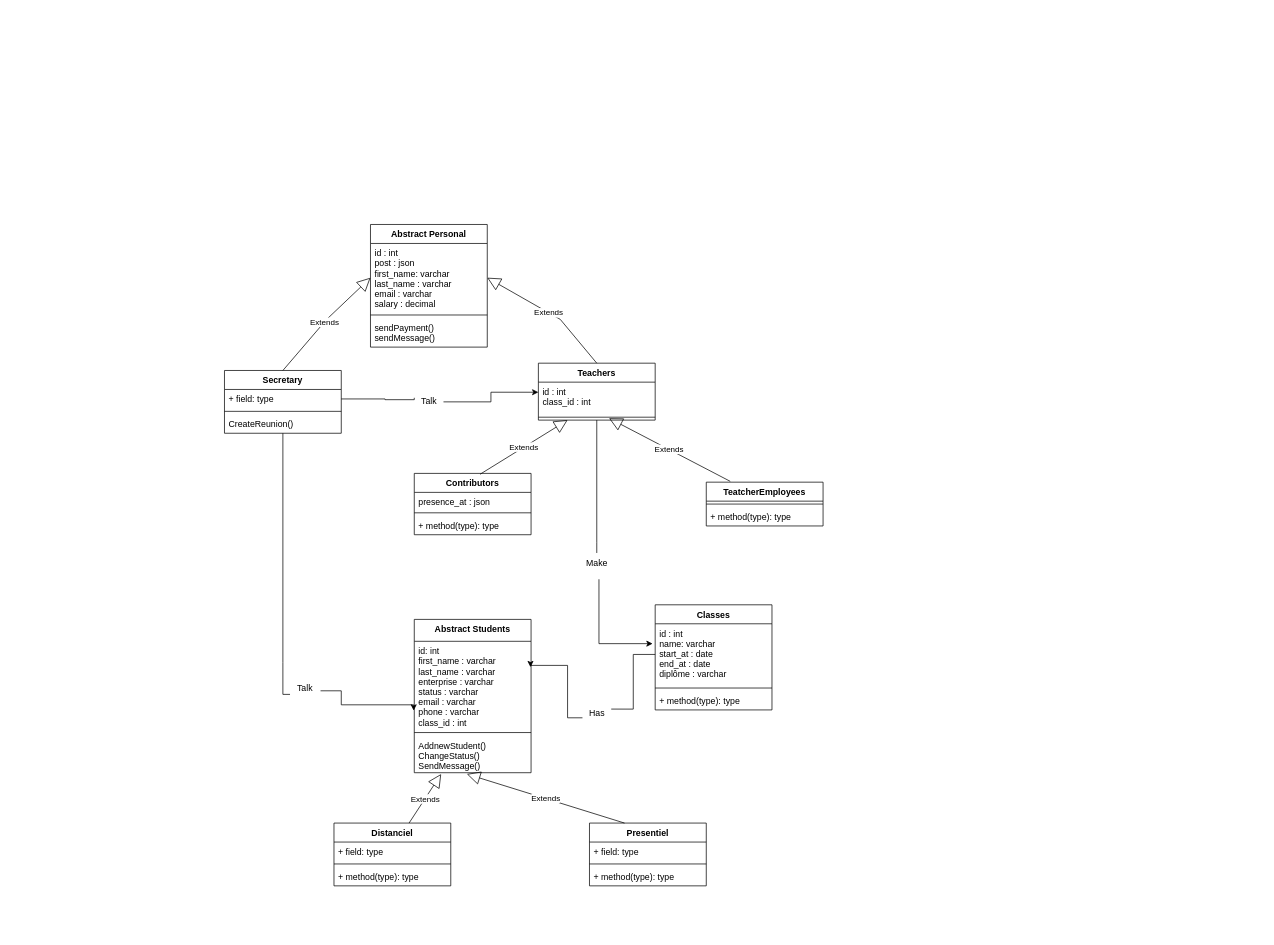
Before: Diagramme class.drawio in Aurelie1416/books-key, a draw.io diagram. Source tidied: cells renumbered, new cells numbered last; positions are measured from the earlier drawing's top-left corner, leaving out a move shared by most shapes. Both pictures are drawn from the tidied source at 73%, with x=0, y=0 at pixel (224, 224).
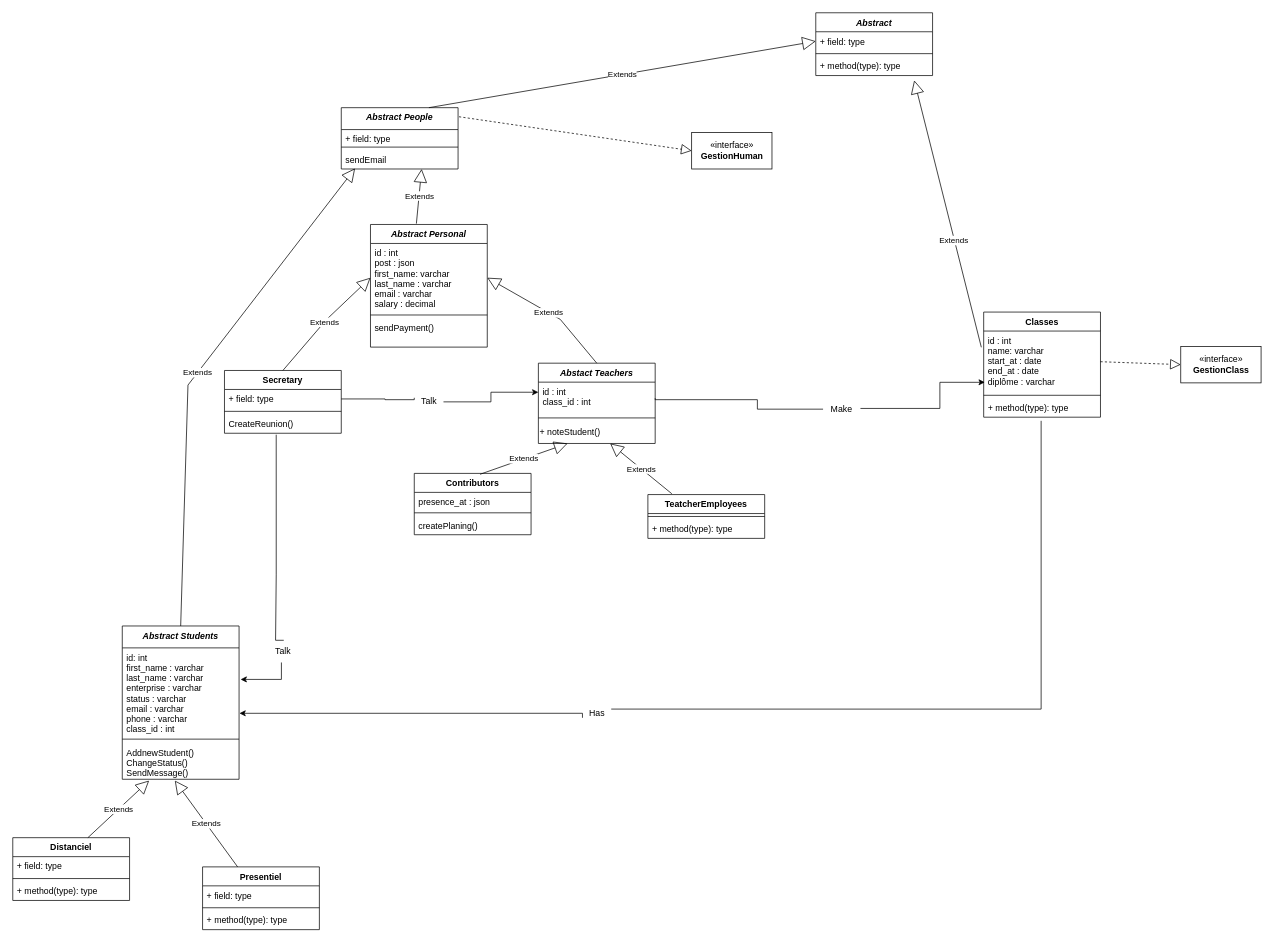
Above is the later version.

Commit message:
Mettre à jour Diagramme class.drawio

The change refers to these unchanged cells:
```xml
<mxCell id="6" value="id : int&#10;class_id : int" style="text;strokeColor=none;fillColor=none;align=left;verticalAlign=top;spacingLeft=4;spacingRight=4;overflow=hidden;points=[[0,0.5],[1,0.5]];portConstraint=eastwest;" parent="5" vertex="1">
  <mxGeometry y="26" width="160" height="44" as="geometry" />
</mxCell>
<mxCell id="8" value="Contributors" style="swimlane;fontStyle=1;align=center;verticalAlign=top;horizontal=1;startSize=26;" parent="1" vertex="1">
  <mxGeometry x="260" y="341" width="160" height="84" as="geometry" />
</mxCell>
<mxCell id="13" value="id : int&#10;name: varchar&#10;start_at : date&#10;end_at : date&#10;diplôme : varchar" style="text;strokeColor=none;fillColor=none;align=left;verticalAlign=top;spacingLeft=4;spacingRight=4;overflow=hidden;points=[[0,0.5],[1,0.5]];portConstraint=eastwest;" parent="12" vertex="1">
  <mxGeometry y="26" width="160" height="84" as="geometry" />
</mxCell>
<mxCell id="15" value="+ method(type): type" style="text;strokeColor=none;fillColor=none;align=left;verticalAlign=top;spacingLeft=4;spacingRight=4;overflow=hidden;points=[[0,0.5],[1,0.5]];portConstraint=eastwest;" parent="12" vertex="1">
  <mxGeometry y="118" width="160" height="26" as="geometry" />
</mxCell>
<mxCell id="17" value="Secretary" style="swimlane;fontStyle=1;align=center;verticalAlign=top;horizontal=1;startSize=26;" parent="1" vertex="1">
  <mxGeometry y="200" width="160" height="86" as="geometry" />
</mxCell>
<mxCell id="20" value="CreateReunion()" style="text;strokeColor=none;fillColor=none;align=left;verticalAlign=top;spacingLeft=4;spacingRight=4;overflow=hidden;points=[[0,0.5],[1,0.5]];portConstraint=eastwest;" parent="17" vertex="1">
  <mxGeometry y="60" width="160" height="26" as="geometry" />
</mxCell>
<mxCell id="22" value="id: int&#10;first_name : varchar&#10;last_name : varchar&#10;enterprise : varchar&#10;status : varchar&#10;email : varchar&#10;phone : varchar&#10;class_id : int" style="text;strokeColor=none;fillColor=none;align=left;verticalAlign=top;spacingLeft=4;spacingRight=4;overflow=hidden;points=[[0,0.5],[1,0.5]];portConstraint=eastwest;" parent="21" vertex="1">
  <mxGeometry y="30" width="160" height="120" as="geometry" />
</mxCell>
<mxCell id="26" value="Has" style="text;html=1;align=center;verticalAlign=middle;points=[];strokeColor=none;fillColor=none;" parent="1" vertex="1">
  <mxGeometry x="490" y="655" width="40" height="30" as="geometry" />
</mxCell>
```

Diff of the diagram source:
```diff
@@
     <mxCell id="2" value="TeatcherEmployees" style="swimlane;fontStyle=1;align=center;verticalAlign=top;horizontal=1;startSize=26;" parent="1" vertex="1">
-      <mxGeometry x="660" y="353" width="160" height="60" as="geometry" />
+      <mxGeometry x="580" y="370" width="160" height="60" as="geometry" />
     </mxCell>
@@
-    <mxCell id="5" value="Teachers" style="swimlane;fontStyle=1;align=center;verticalAlign=top;horizontal=1;startSize=26;" parent="1" vertex="1">
-      <mxGeometry x="430" y="190" width="160" height="78" as="geometry" />
+    <mxCell id="5" value="Abstact Teachers" style="swimlane;fontStyle=3;align=center;verticalAlign=top;horizontal=1;startSize=26;" parent="1" vertex="1">
+      <mxGeometry x="430" y="190" width="160" height="110" as="geometry" />
     </mxCell>
@@
     <mxCell id="7" style="line;strokeWidth=1;fillColor=none;align=left;verticalAlign=middle;spacingTop=-1;spacingLeft=3;spacingRight=3;labelPosition=right;points=[];portConstraint=eastwest;" parent="5" vertex="1">
-      <mxGeometry y="70" width="160" height="8" as="geometry" />
+      <mxGeometry y="70" width="160" height="10" as="geometry" />
     </mxCell>
+    <mxCell id="54" value="+ noteStudent()" style="text;html=1;align=left;verticalAlign=middle;points=[];strokeColor=none;fillColor=none;" parent="5" vertex="1">
+      <mxGeometry y="80" width="160" height="30" as="geometry" />
+    </mxCell>
@@
-    <mxCell id="11" value="+ method(type): type" style="text;strokeColor=none;fillColor=none;align=left;verticalAlign=top;spacingLeft=4;spacingRight=4;overflow=hidden;" parent="8" vertex="1">
+    <mxCell id="11" value="createPlaning()" style="text;strokeColor=none;fillColor=none;align=left;verticalAlign=top;spacingLeft=4;spacingRight=4;overflow=hidden;" parent="8" vertex="1">
       <mxGeometry y="58" width="160" height="26" as="geometry" />
     </mxCell>
     <mxCell id="12" value="Classes" style="swimlane;fontStyle=1;align=center;verticalAlign=top;horizontal=1;startSize=26;" parent="1" vertex="1">
-      <mxGeometry x="590" y="521" width="160" height="144" as="geometry" />
+      <mxGeometry x="1040" y="120" width="160" height="144" as="geometry" />
     </mxCell>
@@
-    <mxCell id="16" style="edgeStyle=orthogonalEdgeStyle;rounded=0;jettySize=auto;html=1;entryX=-0.005;entryY=0.791;entryDx=0;entryDy=0;entryPerimeter=0;startArrow=none;exitX=1.04;exitY=0.627;exitDx=0;exitDy=0;exitPerimeter=0;" parent="1" edge="1" source="42" target="22">
+    <mxCell id="16" style="edgeStyle=orthogonalEdgeStyle;rounded=0;jettySize=auto;html=1;entryX=1.013;entryY=0.36;entryDx=0;entryDy=0;entryPerimeter=0;startArrow=none;exitX=0.45;exitY=1;exitDx=0;exitDy=0;exitPerimeter=0;" parent="1" edge="1" source="42" target="22">
       <mxGeometry relative="1" as="geometry">
         <Array as="points">
-          <mxPoint x="160" y="639" />
-          <mxPoint x="160" y="658" />
+          <mxPoint x="78" y="623" />
         </Array>
       </mxGeometry>
     </mxCell>
@@
-    <mxCell id="21" value="Abstract Students" style="swimlane;fontStyle=1;align=center;verticalAlign=top;horizontal=1;startSize=30;" parent="1" vertex="1">
-      <mxGeometry x="260" y="541" width="160" height="210" as="geometry" />
+    <mxCell id="21" value="Abstract Students" style="swimlane;fontStyle=3;align=center;verticalAlign=top;horizontal=1;startSize=30;" parent="1" vertex="1">
+      <mxGeometry x="-140" y="550" width="160" height="210" as="geometry" />
     </mxCell>
@@
-    <mxCell id="25" style="edgeStyle=orthogonalEdgeStyle;rounded=0;jettySize=auto;html=1;exitX=0.01;exitY=0.693;exitDx=0;exitDy=0;entryX=0.995;entryY=0.295;entryDx=0;entryDy=0;entryPerimeter=0;startArrow=none;exitPerimeter=0;" parent="1" edge="1" source="26" target="22">
+    <mxCell id="25" style="edgeStyle=orthogonalEdgeStyle;rounded=0;jettySize=auto;html=1;exitX=0.01;exitY=0.693;exitDx=0;exitDy=0;entryX=1.003;entryY=0.747;entryDx=0;entryDy=0;entryPerimeter=0;startArrow=none;exitPerimeter=0;" parent="1" edge="1" source="26" target="22">
       <mxGeometry relative="1" as="geometry">
         <Array as="points">
-          <mxPoint x="470" y="676" />
-          <mxPoint x="470" y="604" />
+          <mxPoint x="490" y="670" />
         </Array>
       </mxGeometry>
     </mxCell>
@@
-    <mxCell id="27" style="edgeStyle=orthogonalEdgeStyle;rounded=0;jettySize=auto;html=1;exitX=0;exitY=0.5;exitDx=0;exitDy=0;entryX=0.995;entryY=0.295;entryDx=0;entryDy=0;entryPerimeter=0;endArrow=none;" parent="1" edge="1" source="13" target="26">
-      <mxGeometry relative="1" as="geometry" />
+    <mxCell id="27" style="edgeStyle=orthogonalEdgeStyle;rounded=0;jettySize=auto;html=1;exitX=0.492;exitY=1.19;exitDx=0;exitDy=0;entryX=0.995;entryY=0.295;entryDx=0;entryDy=0;entryPerimeter=0;endArrow=none;exitPerimeter=0;" parent="1" edge="1" source="15" target="26">
+      <mxGeometry relative="1" as="geometry">
+        <Array as="points">
+          <mxPoint x="1119" y="664" />
+        </Array>
+      </mxGeometry>
     </mxCell>
-    <mxCell id="28" value="Extends" style="endArrow=block;endSize=16;endFill=0;html=1;rounded=0;exitX=0.205;exitY=-0.019;exitDx=0;exitDy=0;exitPerimeter=0;entryX=0.605;entryY=0.675;entryDx=0;entryDy=0;entryPerimeter=0;" parent="1" edge="1" source="2" target="7">
+    <mxCell id="28" value="Extends" style="endArrow=block;endSize=16;endFill=0;html=1;rounded=0;exitX=0.205;exitY=-0.019;exitDx=0;exitDy=0;exitPerimeter=0;" parent="1" edge="1" source="2" target="54">
       <mxGeometry relative="1" as="geometry" />
     </mxCell>
@@
-    <mxCell id="30" style="edgeStyle=orthogonalEdgeStyle;rounded=0;jettySize=auto;html=1;entryX=-0.022;entryY=0.324;entryDx=0;entryDy=0;entryPerimeter=0;startArrow=none;exitX=0.56;exitY=1.2;exitDx=0;exitDy=0;exitPerimeter=0;" parent="1" edge="1" source="31" target="13">
+    <mxCell id="30" style="edgeStyle=orthogonalEdgeStyle;rounded=0;jettySize=auto;html=1;entryX=0.01;entryY=0.836;entryDx=0;entryDy=0;entryPerimeter=0;startArrow=none;exitX=1.024;exitY=0.467;exitDx=0;exitDy=0;exitPerimeter=0;" parent="1" edge="1" source="31" target="13">
       <mxGeometry relative="1" as="geometry">
         <Array as="points">
-          <mxPoint x="513" y="574" />
+          <mxPoint x="980" y="252" />
+          <mxPoint x="980" y="216" />
         </Array>
       </mxGeometry>
     </mxCell>
     <mxCell id="31" value="Make" style="text;html=1;align=center;verticalAlign=middle;points=[];strokeColor=none;fillColor=none;" parent="1" vertex="1">
-      <mxGeometry x="485" y="450" width="50" height="30" as="geometry" />
+      <mxGeometry x="820" y="238" width="50" height="30" as="geometry" />
     </mxCell>
-    <mxCell id="32" style="edgeStyle=orthogonalEdgeStyle;rounded=0;jettySize=auto;html=1;endArrow=none;exitX=0.5;exitY=1;exitDx=0;exitDy=0;" parent="1" edge="1" source="5" target="31">
+    <mxCell id="32" style="edgeStyle=orthogonalEdgeStyle;rounded=0;jettySize=auto;html=1;endArrow=none;exitX=1;exitY=0.5;exitDx=0;exitDy=0;" parent="1" edge="1" source="6" target="31">
       <mxGeometry relative="1" as="geometry">
         <Array as="points">
-          <mxPoint x="510" y="436" />
+          <mxPoint x="590" y="240" />
+          <mxPoint x="730" y="240" />
+          <mxPoint x="730" y="253" />
         </Array>
       </mxGeometry>
     </mxCell>
-    <mxCell id="33" value="Abstract Personal" style="swimlane;fontStyle=1;align=center;verticalAlign=top;horizontal=1;startSize=26;" parent="1" vertex="1">
+    <mxCell id="33" value="Abstract Personal" style="swimlane;fontStyle=3;align=center;verticalAlign=top;horizontal=1;startSize=26;" parent="1" vertex="1">
       <mxGeometry x="200" width="160" height="168" as="geometry" />
     </mxCell>
@@
-    <mxCell id="36" value="sendPayment()&#10;sendMessage()" style="text;strokeColor=none;fillColor=none;align=left;verticalAlign=top;spacingLeft=4;spacingRight=4;overflow=hidden;" parent="33" vertex="1">
+    <mxCell id="36" value="sendPayment()" style="text;strokeColor=none;fillColor=none;align=left;verticalAlign=top;spacingLeft=4;spacingRight=4;overflow=hidden;" parent="33" vertex="1">
       <mxGeometry y="128" width="160" height="40" as="geometry" />
     </mxCell>
@@
     <mxCell id="42" value="Talk" style="text;html=1;align=center;verticalAlign=middle;points=[];strokeColor=none;fillColor=none;" parent="1" vertex="1">
-      <mxGeometry x="90" y="620" width="40" height="30" as="geometry" />
+      <mxGeometry x="60" y="570" width="40" height="30" as="geometry" />
     </mxCell>
-    <mxCell id="43" style="edgeStyle=orthogonalEdgeStyle;rounded=0;jettySize=auto;html=1;entryX=-0.005;entryY=0.791;entryDx=0;entryDy=0;entryPerimeter=0;endArrow=none;" parent="1" edge="1" source="17" target="42">
+    <mxCell id="43" style="edgeStyle=orthogonalEdgeStyle;rounded=0;jettySize=auto;html=1;entryX=0.53;entryY=-0.013;entryDx=0;entryDy=0;entryPerimeter=0;endArrow=none;exitX=0.443;exitY=1.077;exitDx=0;exitDy=0;exitPerimeter=0;" parent="1" edge="1" source="20" target="42">
       <mxGeometry relative="1" as="geometry">
         <Array as="points">
-          <mxPoint x="80" y="600" />
-          <mxPoint x="80" y="600" />
+          <mxPoint x="71" y="480" />
+          <mxPoint x="70" y="570" />
         </Array>
       </mxGeometry>
     </mxCell>
     <mxCell id="44" value="Presentiel" style="swimlane;fontStyle=1;align=center;verticalAlign=top;horizontal=1;startSize=26;" parent="1" vertex="1">
-      <mxGeometry x="500" y="820" width="160" height="86" as="geometry" />
+      <mxGeometry x="-30" y="880" width="160" height="86" as="geometry" />
     </mxCell>
@@
     <mxCell id="48" value="Distanciel" style="swimlane;fontStyle=1;align=center;verticalAlign=top;horizontal=1;startSize=26;" parent="1" vertex="1">
-      <mxGeometry x="150" y="820" width="160" height="86" as="geometry" />
+      <mxGeometry x="-290" y="840" width="160" height="86" as="geometry" />
     </mxCell>
@@
+    <mxCell id="55" value="Abstract People" style="swimlane;fontStyle=3;align=center;verticalAlign=top;horizontal=1;startSize=30;" parent="1" vertex="1">
+      <mxGeometry x="160" y="-160" width="160" height="84" as="geometry" />
+    </mxCell>
+    <mxCell id="56" value="+ field: type" style="text;strokeColor=none;fillColor=none;align=left;verticalAlign=top;spacingLeft=4;spacingRight=4;overflow=hidden;" parent="55" vertex="1">
+      <mxGeometry y="30" width="160" height="20" as="geometry" />
+    </mxCell>
+    <mxCell id="57" style="line;strokeWidth=1;fillColor=none;align=left;verticalAlign=middle;spacingTop=-1;spacingLeft=3;spacingRight=3;labelPosition=right;" parent="55" vertex="1">
+      <mxGeometry y="50" width="160" height="8" as="geometry" />
+    </mxCell>
+    <mxCell id="58" value="sendEmail" style="text;strokeColor=none;fillColor=none;align=left;verticalAlign=top;spacingLeft=4;spacingRight=4;overflow=hidden;points=[[0,0.5],[1,0.5]];portConstraint=eastwest;" parent="55" vertex="1">
+      <mxGeometry y="58" width="160" height="26" as="geometry" />
+    </mxCell>
+    <mxCell id="59" value="Extends" style="endArrow=block;endSize=16;endFill=0;html=1;rounded=0;entryX=0.118;entryY=0.969;entryDx=0;entryDy=0;exitX=0.5;exitY=0;exitDx=0;exitDy=0;entryPerimeter=0;" parent="1" edge="1" source="21" target="58">
+      <mxGeometry relative="1" as="geometry">
+        <Array as="points">
+          <mxPoint x="-50" y="220" />
+        </Array>
+      </mxGeometry>
+    </mxCell>
+    <mxCell id="60" value="Extends" style="endArrow=block;endSize=16;endFill=0;html=1;rounded=0;exitX=0.393;exitY=-0.007;exitDx=0;exitDy=0;entryX=0.688;entryY=1;entryDx=0;entryDy=0;exitPerimeter=0;entryPerimeter=0;" parent="1" edge="1" source="33" target="58">
+      <mxGeometry relative="1" as="geometry" />
+    </mxCell>
+    <mxCell id="61" value="«interface»&lt;br&gt;&lt;b&gt;GestionHuman&lt;/b&gt;" style="html=1;" parent="1" vertex="1">
+      <mxGeometry x="640" y="-126" width="110" height="50" as="geometry" />
+    </mxCell>
+    <mxCell id="62" style="endArrow=block;dashed=1;endFill=0;endSize=12;html=1;rounded=0;exitX=1.008;exitY=0.148;exitDx=0;exitDy=0;exitPerimeter=0;entryX=0;entryY=0.5;entryDx=0;entryDy=0;" parent="1" edge="1" source="55" target="61">
+      <mxGeometry relative="1" as="geometry" />
+    </mxCell>
+    <mxCell id="63" value="Abstract" style="swimlane;fontStyle=3;align=center;verticalAlign=top;horizontal=1;startSize=26;" parent="1" vertex="1">
+      <mxGeometry x="810" y="-290" width="160" height="86" as="geometry" />
+    </mxCell>
+    <mxCell id="64" value="+ field: type" style="text;strokeColor=none;fillColor=none;align=left;verticalAlign=top;spacingLeft=4;spacingRight=4;overflow=hidden;points=[[0,0.5],[1,0.5]];portConstraint=eastwest;" parent="63" vertex="1">
+      <mxGeometry y="26" width="160" height="26" as="geometry" />
+    </mxCell>
+    <mxCell id="65" style="line;strokeWidth=1;fillColor=none;align=left;verticalAlign=middle;spacingTop=-1;spacingLeft=3;spacingRight=3;labelPosition=right;" parent="63" vertex="1">
+      <mxGeometry y="52" width="160" height="8" as="geometry" />
+    </mxCell>
+    <mxCell id="66" value="+ method(type): type" style="text;strokeColor=none;fillColor=none;align=left;verticalAlign=top;spacingLeft=4;spacingRight=4;overflow=hidden;points=[[0,0.5],[1,0.5]];portConstraint=eastwest;" parent="63" vertex="1">
+      <mxGeometry y="60" width="160" height="26" as="geometry" />
+    </mxCell>
+    <mxCell id="67" value="«interface»&lt;br&gt;&lt;b&gt;GestionClass&lt;/b&gt;" style="html=1;" parent="1" vertex="1">
+      <mxGeometry x="1310" y="167" width="110" height="50" as="geometry" />
+    </mxCell>
+    <mxCell id="68" style="endArrow=block;dashed=1;endFill=0;endSize=12;html=1;rounded=0;exitX=1;exitY=0.5;exitDx=0;exitDy=0;entryX=0;entryY=0.5;entryDx=0;entryDy=0;" parent="1" edge="1" source="13" target="67">
+      <mxGeometry relative="1" as="geometry" />
+    </mxCell>
+    <mxCell id="69" value="Extends" style="endArrow=block;endSize=16;endFill=0;html=1;rounded=0;exitX=0.75;exitY=0;exitDx=0;exitDy=0;entryX=0;entryY=0.5;entryDx=0;entryDy=0;" parent="1" edge="1" source="55" target="64">
+      <mxGeometry relative="1" as="geometry" />
+    </mxCell>
+    <mxCell id="70" value="Extends" style="endArrow=block;endSize=16;endFill=0;html=1;rounded=0;exitX=-0.02;exitY=0.265;exitDx=0;exitDy=0;exitPerimeter=0;entryX=0.843;entryY=1.253;entryDx=0;entryDy=0;entryPerimeter=0;" parent="1" edge="1" source="13" target="66">
+      <mxGeometry x="-0.2" y="1" relative="1" as="geometry" />
+    </mxCell>
```
